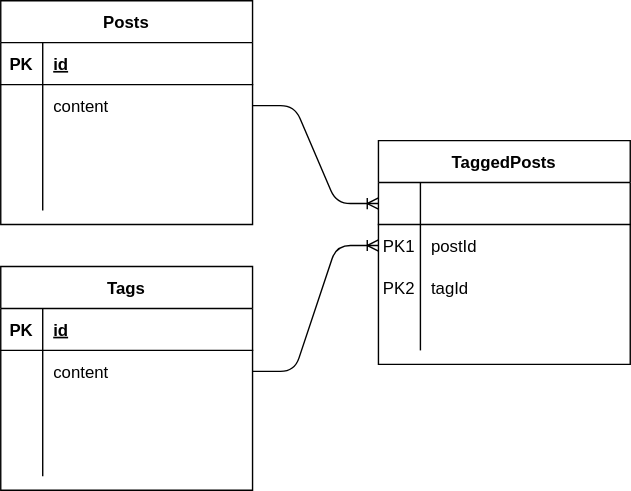
The draw.io diagram 23/answer.drawio.svg in tomoya3178/praha-challenge, before a commit. Source tidied: cells renumbered, new cells last; positions are measured from the earlier drawing's top-left corner, leaving out a move shared by most shapes. The source it was exported from:
```xml
<mxGraphModel>
  <root>
    <mxCell id="0" />
    <mxCell id="1" parent="0" />
    <mxCell id="2" value="TaggedPosts" style="shape=table;startSize=30;rowLines=0;fontStyle=1;align=center;fontColor=#000000;" parent="1" vertex="1">
      <mxGeometry x="270" y="100" width="180" height="160" as="geometry" />
    </mxCell>
    <mxCell id="3" style="shape=partialRectangle;fillColor=none;top=0;left=0;bottom=1;right=0;points=[[0,0.5],[1,0.5]];portConstraint=eastwest;fontColor=#000000;" parent="2" vertex="1">
      <mxGeometry y="30" width="180" height="30" as="geometry" />
    </mxCell>
    <mxCell id="4" style="shape=partialRectangle;fillColor=none;top=0;left=0;bottom=0;right=0;fontStyle=1;overflow=hidden;fontColor=#000000;" parent="3" vertex="1">
      <mxGeometry width="30" height="30" as="geometry" />
    </mxCell>
    <mxCell id="5" style="shape=partialRectangle;fillColor=none;top=0;left=0;bottom=0;right=0;align=left;spacingLeft=6;fontStyle=5;overflow=hidden;fontColor=#000000;" parent="3" vertex="1">
      <mxGeometry x="30" width="150" height="30" as="geometry" />
    </mxCell>
    <mxCell id="6" style="shape=partialRectangle;fillColor=none;top=0;left=0;bottom=0;right=0;points=[[0,0.5],[1,0.5]];portConstraint=eastwest;fontColor=#000000;" parent="2" vertex="1">
      <mxGeometry y="60" width="180" height="30" as="geometry" />
    </mxCell>
    <mxCell id="7" value="PK1" style="shape=partialRectangle;fillColor=none;top=0;left=0;bottom=0;right=0;overflow=hidden;fontColor=#000000;" parent="6" vertex="1">
      <mxGeometry width="30" height="30" as="geometry" />
    </mxCell>
    <mxCell id="8" value="postId" style="shape=partialRectangle;fillColor=none;top=0;left=0;bottom=0;right=0;align=left;spacingLeft=6;overflow=hidden;fontColor=#000000;" parent="6" vertex="1">
      <mxGeometry x="30" width="150" height="30" as="geometry" />
    </mxCell>
    <mxCell id="9" style="shape=partialRectangle;fillColor=none;top=0;left=0;bottom=0;right=0;points=[[0,0.5],[1,0.5]];portConstraint=eastwest;fontColor=#000000;" parent="2" vertex="1">
      <mxGeometry y="90" width="180" height="30" as="geometry" />
    </mxCell>
    <mxCell id="10" value="PK2" style="shape=partialRectangle;fillColor=none;top=0;left=0;bottom=0;right=0;overflow=hidden;fontColor=#000000;" parent="9" vertex="1">
      <mxGeometry width="30" height="30" as="geometry" />
    </mxCell>
    <mxCell id="11" value="tagId" style="shape=partialRectangle;fillColor=none;top=0;left=0;bottom=0;right=0;align=left;spacingLeft=6;overflow=hidden;fontColor=#000000;" parent="9" vertex="1">
      <mxGeometry x="30" width="150" height="30" as="geometry" />
    </mxCell>
    <mxCell id="12" style="shape=partialRectangle;fillColor=none;top=0;left=0;bottom=0;right=0;fontColor=#000000;" parent="2" vertex="1">
      <mxGeometry y="120" width="180" height="30" as="geometry" />
    </mxCell>
    <mxCell id="13" style="shape=partialRectangle;fillColor=none;top=0;left=0;bottom=0;right=0;overflow=hidden;fontColor=#000000;" parent="12" vertex="1">
      <mxGeometry width="30" height="30" as="geometry" />
    </mxCell>
    <mxCell id="14" style="shape=partialRectangle;fillColor=none;top=0;left=0;bottom=0;right=0;align=left;spacingLeft=6;overflow=hidden;fontColor=#000000;" parent="12" vertex="1">
      <mxGeometry x="30" width="150" height="30" as="geometry" />
    </mxCell>
    <mxCell id="15" value="Posts" style="shape=table;startSize=30;rowLines=0;fontStyle=1;align=center;fontColor=#000000;" parent="1" vertex="1">
      <mxGeometry width="180" height="160" as="geometry" />
    </mxCell>
    <mxCell id="16" style="shape=partialRectangle;fillColor=none;top=0;left=0;bottom=1;right=0;fontColor=#000000;" parent="15" vertex="1">
      <mxGeometry y="30" width="180" height="30" as="geometry" />
    </mxCell>
    <mxCell id="17" value="PK" style="shape=partialRectangle;fillColor=none;top=0;left=0;bottom=0;right=0;fontStyle=1;overflow=hidden;fontColor=#000000;" parent="16" vertex="1">
      <mxGeometry width="30" height="30" as="geometry" />
    </mxCell>
    <mxCell id="18" value="id" style="shape=partialRectangle;fillColor=none;top=0;left=0;bottom=0;right=0;align=left;spacingLeft=6;fontStyle=5;overflow=hidden;fontColor=#000000;" parent="16" vertex="1">
      <mxGeometry x="30" width="150" height="30" as="geometry" />
    </mxCell>
    <mxCell id="19" style="shape=partialRectangle;fillColor=none;top=0;left=0;bottom=0;right=0;points=[[0,0.5],[1,0.5]];portConstraint=eastwest;fontColor=#000000;" parent="15" vertex="1">
      <mxGeometry y="60" width="180" height="30" as="geometry" />
    </mxCell>
    <mxCell id="20" style="shape=partialRectangle;fillColor=none;top=0;left=0;bottom=0;right=0;overflow=hidden;fontColor=#000000;" parent="19" vertex="1">
      <mxGeometry width="30" height="30" as="geometry" />
    </mxCell>
    <mxCell id="21" value="content" style="shape=partialRectangle;fillColor=none;top=0;left=0;bottom=0;right=0;align=left;spacingLeft=6;overflow=hidden;fontColor=#000000;" parent="19" vertex="1">
      <mxGeometry x="30" width="150" height="30" as="geometry" />
    </mxCell>
    <mxCell id="22" style="shape=partialRectangle;fillColor=none;top=0;left=0;bottom=0;right=0;fontColor=#000000;" parent="15" vertex="1">
      <mxGeometry y="90" width="180" height="30" as="geometry" />
    </mxCell>
    <mxCell id="23" style="shape=partialRectangle;fillColor=none;top=0;left=0;bottom=0;right=0;overflow=hidden;fontColor=#000000;" parent="22" vertex="1">
      <mxGeometry width="30" height="30" as="geometry" />
    </mxCell>
    <mxCell id="24" style="shape=partialRectangle;fillColor=none;top=0;left=0;bottom=0;right=0;align=left;spacingLeft=6;overflow=hidden;fontColor=#000000;" parent="22" vertex="1">
      <mxGeometry x="30" width="150" height="30" as="geometry" />
    </mxCell>
    <mxCell id="25" style="shape=partialRectangle;fillColor=none;top=0;left=0;bottom=0;right=0;fontColor=#000000;" parent="15" vertex="1">
      <mxGeometry y="120" width="180" height="30" as="geometry" />
    </mxCell>
    <mxCell id="26" style="shape=partialRectangle;fillColor=none;top=0;left=0;bottom=0;right=0;overflow=hidden;fontColor=#000000;" parent="25" vertex="1">
      <mxGeometry width="30" height="30" as="geometry" />
    </mxCell>
    <mxCell id="27" style="shape=partialRectangle;fillColor=none;top=0;left=0;bottom=0;right=0;align=left;spacingLeft=6;overflow=hidden;fontColor=#000000;" parent="25" vertex="1">
      <mxGeometry x="30" width="150" height="30" as="geometry" />
    </mxCell>
    <mxCell id="28" value="Tags" style="shape=table;startSize=30;rowLines=0;fontStyle=1;align=center;fontColor=#000000;" parent="1" vertex="1">
      <mxGeometry y="190" width="180" height="160" as="geometry" />
    </mxCell>
    <mxCell id="29" style="shape=partialRectangle;fillColor=none;top=0;left=0;bottom=1;right=0;fontColor=#000000;" parent="28" vertex="1">
      <mxGeometry y="30" width="180" height="30" as="geometry" />
    </mxCell>
    <mxCell id="30" value="PK" style="shape=partialRectangle;fillColor=none;top=0;left=0;bottom=0;right=0;fontStyle=1;overflow=hidden;fontColor=#000000;" parent="29" vertex="1">
      <mxGeometry width="30" height="30" as="geometry" />
    </mxCell>
    <mxCell id="31" value="id" style="shape=partialRectangle;fillColor=none;top=0;left=0;bottom=0;right=0;align=left;spacingLeft=6;fontStyle=5;overflow=hidden;fontColor=#000000;" parent="29" vertex="1">
      <mxGeometry x="30" width="150" height="30" as="geometry" />
    </mxCell>
    <mxCell id="32" style="shape=partialRectangle;fillColor=none;top=0;left=0;bottom=0;right=0;points=[[0,0.5],[1,0.5]];portConstraint=eastwest;fontColor=#000000;" parent="28" vertex="1">
      <mxGeometry y="60" width="180" height="30" as="geometry" />
    </mxCell>
    <mxCell id="33" style="shape=partialRectangle;fillColor=none;top=0;left=0;bottom=0;right=0;overflow=hidden;fontColor=#000000;" parent="32" vertex="1">
      <mxGeometry width="30" height="30" as="geometry" />
    </mxCell>
    <mxCell id="34" value="content" style="shape=partialRectangle;fillColor=none;top=0;left=0;bottom=0;right=0;align=left;spacingLeft=6;overflow=hidden;fontColor=#000000;" parent="32" vertex="1">
      <mxGeometry x="30" width="150" height="30" as="geometry" />
    </mxCell>
    <mxCell id="35" style="shape=partialRectangle;fillColor=none;top=0;left=0;bottom=0;right=0;fontColor=#000000;" parent="28" vertex="1">
      <mxGeometry y="90" width="180" height="30" as="geometry" />
    </mxCell>
    <mxCell id="36" style="shape=partialRectangle;fillColor=none;top=0;left=0;bottom=0;right=0;overflow=hidden;fontColor=#000000;" parent="35" vertex="1">
      <mxGeometry width="30" height="30" as="geometry" />
    </mxCell>
    <mxCell id="37" style="shape=partialRectangle;fillColor=none;top=0;left=0;bottom=0;right=0;align=left;spacingLeft=6;overflow=hidden;fontColor=#000000;" parent="35" vertex="1">
      <mxGeometry x="30" width="150" height="30" as="geometry" />
    </mxCell>
    <mxCell id="38" style="shape=partialRectangle;fillColor=none;top=0;left=0;bottom=0;right=0;fontColor=#000000;" parent="28" vertex="1">
      <mxGeometry y="120" width="180" height="30" as="geometry" />
    </mxCell>
    <mxCell id="39" style="shape=partialRectangle;fillColor=none;top=0;left=0;bottom=0;right=0;overflow=hidden;fontColor=#000000;" parent="38" vertex="1">
      <mxGeometry width="30" height="30" as="geometry" />
    </mxCell>
    <mxCell id="40" style="shape=partialRectangle;fillColor=none;top=0;left=0;bottom=0;right=0;align=left;spacingLeft=6;overflow=hidden;fontColor=#000000;" parent="38" vertex="1">
      <mxGeometry x="30" width="150" height="30" as="geometry" />
    </mxCell>
    <mxCell id="41" style="edgeStyle=entityRelationEdgeStyle;fontSize=12;html=1;endArrow=ERoneToMany;fontColor=#000000;exitX=1;exitY=0.5;exitDx=0;exitDy=0;entryX=0;entryY=0.5;entryDx=0;entryDy=0;" parent="1" edge="1" source="19" target="3">
      <mxGeometry relative="1" as="geometry" />
    </mxCell>
    <mxCell id="42" style="edgeStyle=entityRelationEdgeStyle;fontSize=12;html=1;endArrow=ERoneToMany;fontColor=#000000;exitX=1;exitY=0.5;exitDx=0;exitDy=0;entryX=0;entryY=0.5;entryDx=0;entryDy=0;" parent="1" edge="1" source="32" target="6">
      <mxGeometry relative="1" as="geometry" />
    </mxCell>
  </root>
</mxGraphModel>
```
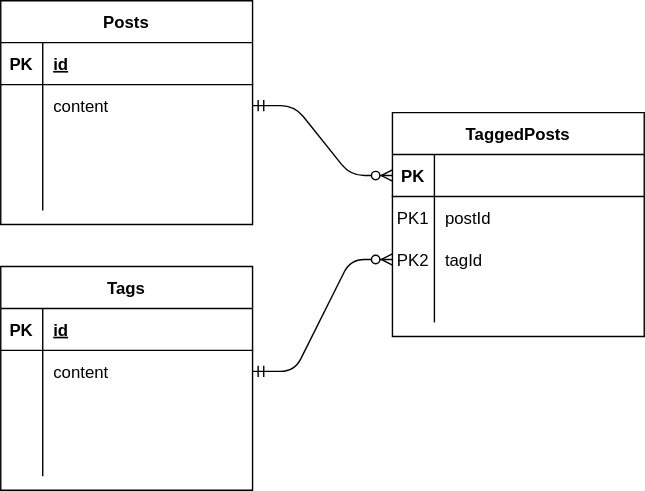
The same diagram one commit later.

The edit, as a diff of the source:
```diff
@@ -3,12 +3,12 @@
     <mxCell id="0" />
     <mxCell id="1" parent="0" />
     <mxCell id="2" value="TaggedPosts" style="shape=table;startSize=30;rowLines=0;fontStyle=1;align=center;fontColor=#000000;" parent="1" vertex="1">
-      <mxGeometry x="270" y="100" width="180" height="160" as="geometry" />
+      <mxGeometry x="280" y="80" width="180" height="160" as="geometry" />
     </mxCell>
     <mxCell id="3" style="shape=partialRectangle;fillColor=none;top=0;left=0;bottom=1;right=0;points=[[0,0.5],[1,0.5]];portConstraint=eastwest;fontColor=#000000;" parent="2" vertex="1">
       <mxGeometry y="30" width="180" height="30" as="geometry" />
     </mxCell>
-    <mxCell id="4" style="shape=partialRectangle;fillColor=none;top=0;left=0;bottom=0;right=0;fontStyle=1;overflow=hidden;fontColor=#000000;" parent="3" vertex="1">
+    <mxCell id="4" value="PK" style="shape=partialRectangle;fillColor=none;top=0;left=0;bottom=0;right=0;fontStyle=1;overflow=hidden;fontColor=#000000;" parent="3" vertex="1">
       <mxGeometry width="30" height="30" as="geometry" />
     </mxCell>
     <mxCell id="5" style="shape=partialRectangle;fillColor=none;top=0;left=0;bottom=0;right=0;align=left;spacingLeft=6;fontStyle=5;overflow=hidden;fontColor=#000000;" parent="3" vertex="1">
@@ -119,11 +119,11 @@
     <mxCell id="40" style="shape=partialRectangle;fillColor=none;top=0;left=0;bottom=0;right=0;align=left;spacingLeft=6;overflow=hidden;fontColor=#000000;" parent="38" vertex="1">
       <mxGeometry x="30" width="150" height="30" as="geometry" />
     </mxCell>
-    <mxCell id="41" style="edgeStyle=entityRelationEdgeStyle;fontSize=12;html=1;endArrow=ERoneToMany;fontColor=#000000;exitX=1;exitY=0.5;exitDx=0;exitDy=0;entryX=0;entryY=0.5;entryDx=0;entryDy=0;" parent="1" edge="1" source="19" target="3">
+    <mxCell id="41" style="edgeStyle=entityRelationEdgeStyle;fontSize=12;html=1;endArrow=ERzeroToMany;startArrow=ERmandOne;exitX=1;exitY=0.5;exitDx=0;exitDy=0;entryX=0;entryY=0.5;entryDx=0;entryDy=0;" parent="1" edge="1" source="19" target="3">
       <mxGeometry relative="1" as="geometry" />
     </mxCell>
-    <mxCell id="42" style="edgeStyle=entityRelationEdgeStyle;fontSize=12;html=1;endArrow=ERoneToMany;fontColor=#000000;exitX=1;exitY=0.5;exitDx=0;exitDy=0;entryX=0;entryY=0.5;entryDx=0;entryDy=0;" parent="1" edge="1" source="32" target="6">
-      <mxGeometry relative="1" as="geometry" />
-    </mxCell>
+    <mxCell id="43" style="edgeStyle=entityRelationEdgeStyle;fontSize=12;html=1;endArrow=ERzeroToMany;startArrow=ERmandOne;exitX=1;exitY=0.5;exitDx=0;exitDy=0;entryX=0;entryY=0.5;entryDx=0;entryDy=0;" parent="1" edge="1" source="32" target="9">
+      <mxGeometry relative="1" as="geometry" />
+    </mxCell>
   </root>
 </mxGraphModel>
```
